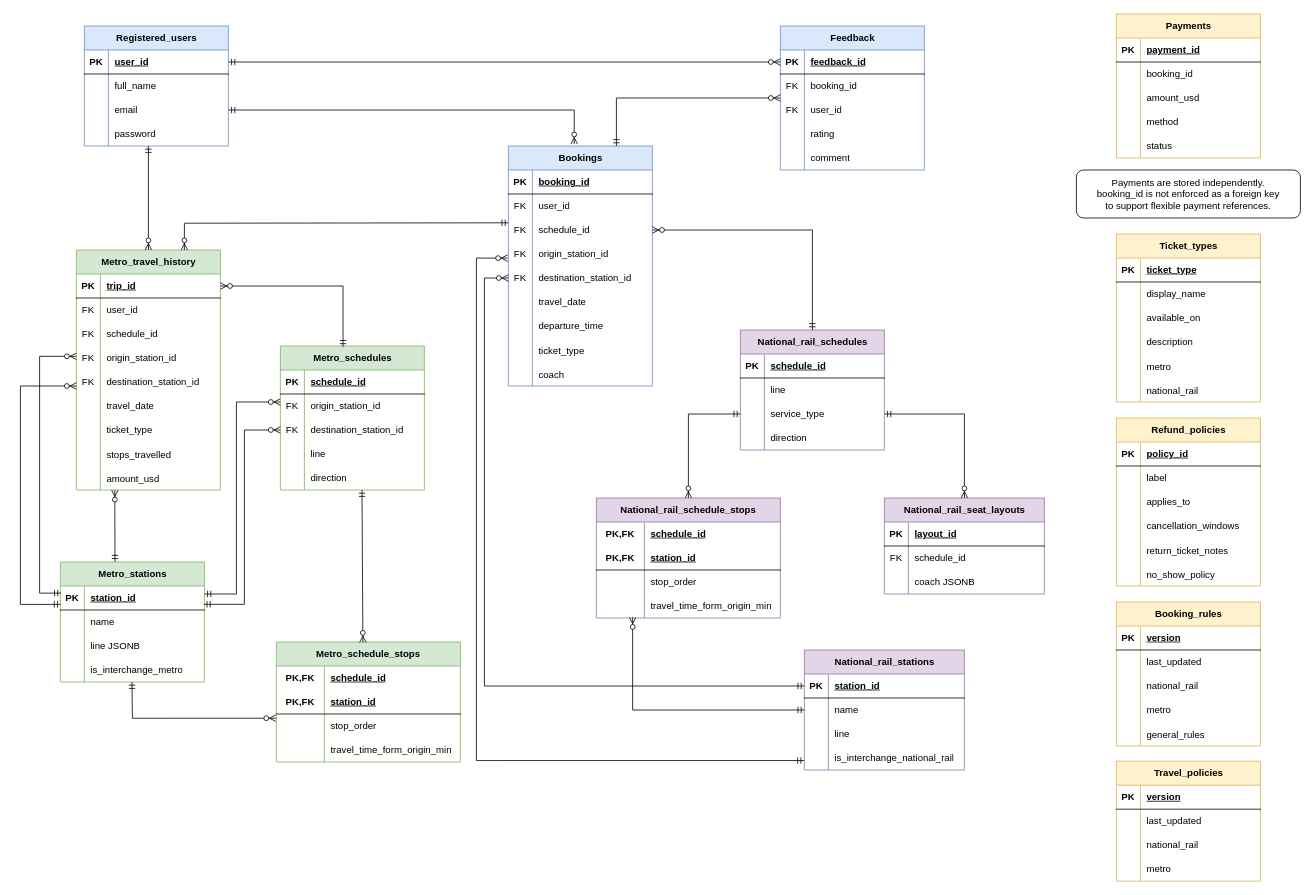
Earlier version of the draw.io diagram Transitflow.drawio (JoannaLai909/IM2002-DBMGT-Train-final). Source tidied: cells renumbered, new cells numbered last; positions are measured from the earlier drawing's top-left corner, leaving out a move shared by most shapes. Both pictures are drawn from the tidied source at 80%, with x=0, y=0 at pixel (20, 14).
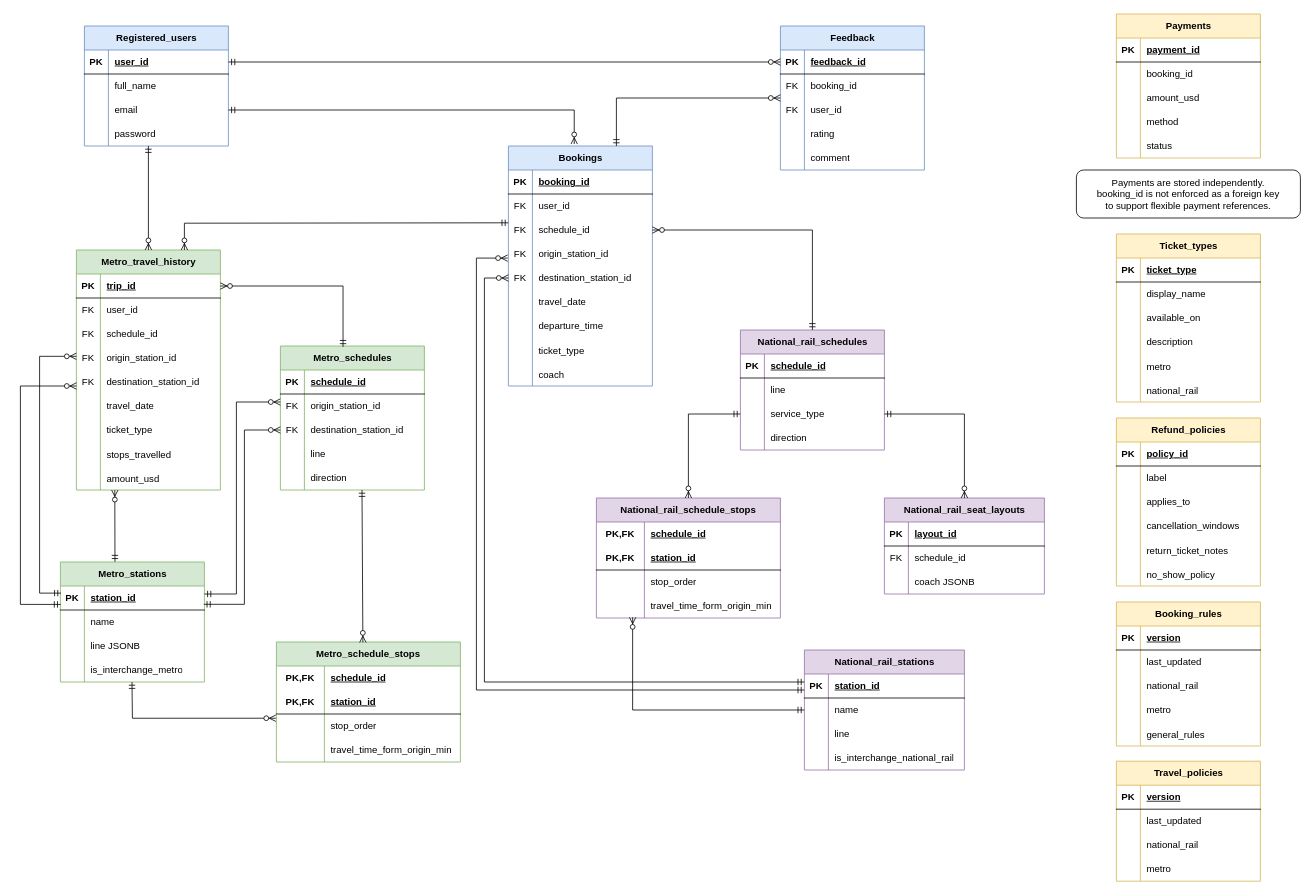
The same diagram, later.

Unchanged cells that the change refers to:
```xml
<mxCell id="25" style="shape=tableRow;horizontal=0;startSize=0;swimlaneHead=0;swimlaneBody=0;fillColor=none;points=[[0,0.5],[1,0.5]];portConstraint=eastwest;top=0;left=0;right=0;bottom=0;" parent="15" vertex="1">
  <mxGeometry y="120" width="180" height="30" as="geometry" />
</mxCell>
<mxCell id="28" style="shape=tableRow;horizontal=0;startSize=0;swimlaneHead=0;swimlaneBody=0;fillColor=none;points=[[0,0.5],[1,0.5]];portConstraint=eastwest;top=0;left=0;right=0;bottom=0;" parent="15" vertex="1">
  <mxGeometry y="150" width="180" height="30" as="geometry" />
</mxCell>
<mxCell id="57" style="shape=tableRow;horizontal=0;startSize=0;swimlaneHead=0;swimlaneBody=0;fillColor=none;points=[[0,0.5],[1,0.5]];portConstraint=eastwest;top=0;left=0;right=0;bottom=1;" parent="56" vertex="1">
  <mxGeometry y="30" width="200" height="30" as="geometry" />
</mxCell>
<mxCell id="66" style="shape=tableRow;horizontal=0;startSize=0;swimlaneHead=0;swimlaneBody=0;fillColor=none;points=[[0,0.5],[1,0.5]];portConstraint=eastwest;top=0;left=0;right=0;bottom=0;" parent="56" vertex="1">
  <mxGeometry y="120" width="200" height="30" as="geometry" />
</mxCell>
```

Diff of the diagram source:
```diff
@@
-    <mxCell id="188" style="fontSize=12;html=1;endArrow=ERzeroToMany;startArrow=ERmandOne;rounded=0;edgeStyle=orthogonalEdgeStyle;exitX=-0.002;exitY=0.606;exitDx=0;exitDy=0;exitPerimeter=0;entryX=-0.005;entryY=0.671;entryDx=0;entryDy=0;entryPerimeter=0;" parent="1" edge="1" source="66" target="25">
+    <mxCell id="188" style="fontSize=12;html=1;endArrow=ERzeroToMany;startArrow=ERmandOne;rounded=0;edgeStyle=orthogonalEdgeStyle;entryX=-0.005;entryY=0.671;entryDx=0;entryDy=0;entryPerimeter=0;" parent="1" edge="1" target="25">
       <mxGeometry relative="1" as="geometry">
+        <mxPoint x="980" y="845" as="sourcePoint" />
         <Array as="points">
-          <mxPoint x="570" y="933" />
+          <mxPoint x="980" y="845" />
+          <mxPoint x="570" y="845" />
           <mxPoint x="570" y="305" />
         </Array>
       </mxGeometry>
     </mxCell>
@@
-    <mxCell id="278" style="fontSize=12;html=1;endArrow=ERzeroToMany;startArrow=ERmandOne;rounded=0;edgeStyle=orthogonalEdgeStyle;exitX=0;exitY=0.5;exitDx=0;exitDy=0;" parent="1" edge="1" source="57" target="28">
+    <mxCell id="278" style="fontSize=12;html=1;endArrow=ERzeroToMany;startArrow=ERmandOne;rounded=0;edgeStyle=orthogonalEdgeStyle;" parent="1" edge="1" source="57" target="28">
       <mxGeometry relative="1" as="geometry">
         <Array as="points">
-          <mxPoint x="580" y="840" />
+          <mxPoint x="580" y="835" />
           <mxPoint x="580" y="330" />
         </Array>
       </mxGeometry>
     </mxCell>
```
